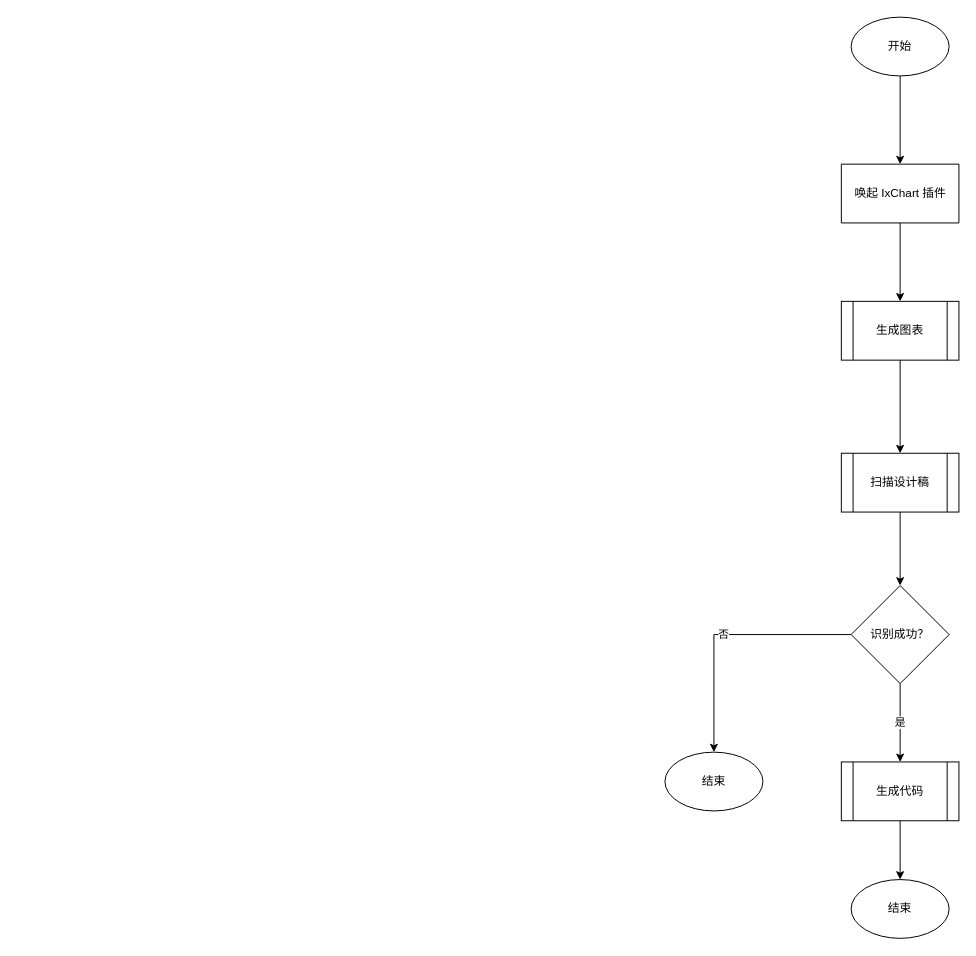
Before: page "主流程" (6 of 12) of lowCode/lc.drawio in zhuoooo/doodles, a draw.io diagram. Source tidied: cells renumbered, new cells numbered last; positions are measured from the earlier drawing's top-left corner, leaving out a move shared by most shapes. Both pictures are drawn from the tidied source at 98%, with x=0, y=0 at pixel (664, 17).
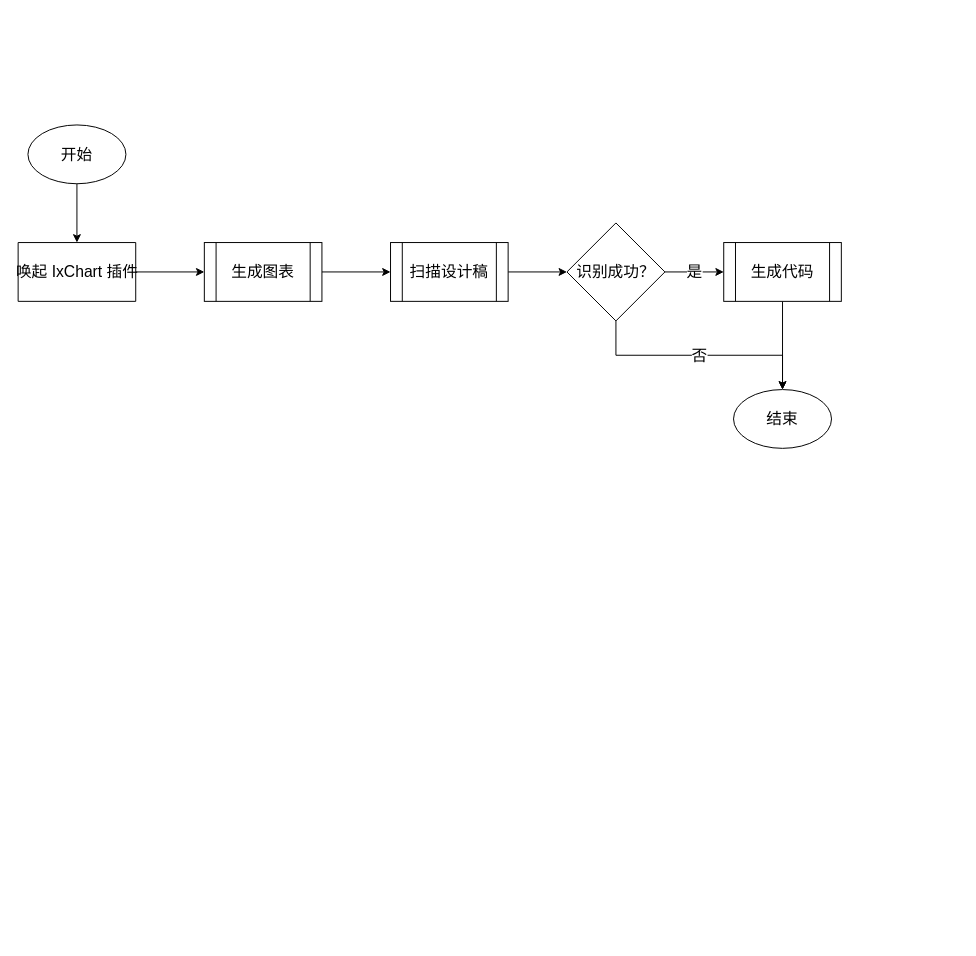
Above is the later version.

What changed in the source:
```diff
@@
-    <mxCell id="2" style="edgeStyle=orthogonalEdgeStyle;rounded=0;jettySize=auto;html=1;" parent="1" edge="1" source="3" target="4">
-      <mxGeometry relative="1" as="geometry">
-        <Array as="points">
-          <mxPoint x="240" y="90" />
-          <mxPoint x="240" y="90" />
-        </Array>
-      </mxGeometry>
+    <mxCell id="2" style="edgeStyle=orthogonalEdgeStyle;rounded=0;jettySize=auto;html=1;fontFamily=微软雅黑;fontSize=16;" parent="1" edge="1" source="3" target="4">
+      <mxGeometry relative="1" as="geometry" />
     </mxCell>
-    <mxCell id="3" value="开始" style="strokeWidth=1;html=1;shape=mxgraph.flowchart.start_1;whiteSpace=wrap;" parent="1" vertex="1">
-      <mxGeometry x="190" width="100" height="60" as="geometry" />
+    <mxCell id="3" value="开始" style="strokeWidth=1;html=1;shape=mxgraph.flowchart.start_1;whiteSpace=wrap;fontFamily=微软雅黑;fontSize=16;" parent="1" vertex="1">
+      <mxGeometry x="-650" y="110" width="100" height="60" as="geometry" />
     </mxCell>
-    <mxCell id="4" value="唤起 IxChart 插件" style="verticalLabelPosition=middle;verticalAlign=middle;html=1;shape=mxgraph.basic.rect;fillColor2=none;strokeWidth=1;size=20;indent=5;labelPosition=center;align=center;" parent="1" vertex="1">
-      <mxGeometry x="180" y="150" width="120" height="60" as="geometry" />
+    <mxCell id="4" value="唤起 IxChart 插件" style="verticalLabelPosition=middle;verticalAlign=middle;html=1;shape=mxgraph.basic.rect;fillColor2=none;strokeWidth=1;size=20;indent=5;labelPosition=center;align=center;fontFamily=微软雅黑;fontSize=16;" parent="1" vertex="1">
+      <mxGeometry x="-660" y="230" width="120" height="60" as="geometry" />
     </mxCell>
-    <mxCell id="5" style="edgeStyle=orthogonalEdgeStyle;rounded=0;jettySize=auto;html=1;" parent="1" edge="1" source="4" target="12">
-      <mxGeometry relative="1" as="geometry">
-        <Array as="points">
-          <mxPoint x="240" y="345" />
-          <mxPoint x="241" y="345" />
-          <mxPoint x="241" y="320" />
-        </Array>
-      </mxGeometry>
+    <mxCell id="5" style="edgeStyle=orthogonalEdgeStyle;rounded=0;jettySize=auto;html=1;fontFamily=微软雅黑;fontSize=16;" parent="1" edge="1" source="4" target="12">
+      <mxGeometry relative="1" as="geometry" />
     </mxCell>
-    <mxCell id="6" style="edgeStyle=orthogonalEdgeStyle;rounded=0;jettySize=auto;html=1;" parent="1" edge="1" source="12" target="11">
+    <mxCell id="6" style="edgeStyle=orthogonalEdgeStyle;rounded=0;jettySize=auto;html=1;fontFamily=微软雅黑;fontSize=16;" parent="1" edge="1" source="12" target="11">
       <mxGeometry relative="1" as="geometry" />
     </mxCell>
-    <mxCell id="7" style="edgeStyle=orthogonalEdgeStyle;rounded=0;jettySize=auto;html=1;" parent="1" edge="1" source="11" target="10">
+    <mxCell id="7" style="edgeStyle=orthogonalEdgeStyle;rounded=0;jettySize=auto;html=1;fontFamily=微软雅黑;fontSize=16;" parent="1" edge="1" source="11" target="10">
       <mxGeometry relative="1" as="geometry" />
     </mxCell>
-    <mxCell id="8" value="是" style="edgeStyle=orthogonalEdgeStyle;rounded=0;jettySize=auto;html=1;" parent="1" edge="1" source="10" target="14">
+    <mxCell id="8" value="是" style="edgeStyle=orthogonalEdgeStyle;rounded=0;jettySize=auto;html=1;fontFamily=微软雅黑;fontSize=16;" parent="1" edge="1" source="10" target="14">
       <mxGeometry relative="1" as="geometry" />
     </mxCell>
-    <mxCell id="9" value="否" style="edgeStyle=orthogonalEdgeStyle;rounded=0;jettySize=auto;html=1;" parent="1" edge="1" source="10" target="16">
+    <mxCell id="9" value="否" style="edgeStyle=orthogonalEdgeStyle;rounded=0;jettySize=auto;html=1;fontFamily=微软雅黑;fontSize=16;exitX=0.5;exitY=1;exitDx=0;exitDy=0;exitPerimeter=0;" parent="1" edge="1" source="10" target="16">
       <mxGeometry relative="1" as="geometry" />
     </mxCell>
-    <mxCell id="10" value="识别成功？" style="strokeWidth=1;html=1;shape=mxgraph.flowchart.decision;whiteSpace=wrap;" parent="1" vertex="1">
-      <mxGeometry x="190" y="580" width="100" height="100" as="geometry" />
+    <mxCell id="10" value="识别成功？" style="strokeWidth=1;html=1;shape=mxgraph.flowchart.decision;whiteSpace=wrap;fontFamily=微软雅黑;fontSize=16;" parent="1" vertex="1">
+      <mxGeometry x="-100" y="210" width="100" height="100" as="geometry" />
     </mxCell>
-    <mxCell id="11" value="扫描设计稿" style="shape=process;whiteSpace=wrap;html=1;backgroundOutline=1;strokeWidth=1;" parent="1" vertex="1">
-      <mxGeometry x="180" y="445" width="120" height="60" as="geometry" />
+    <mxCell id="11" value="扫描设计稿" style="shape=process;whiteSpace=wrap;html=1;backgroundOutline=1;strokeWidth=1;fontFamily=微软雅黑;fontSize=16;" parent="1" vertex="1">
+      <mxGeometry x="-280" y="230" width="120" height="60" as="geometry" />
     </mxCell>
-    <mxCell id="12" value="生成图表" style="shape=process;whiteSpace=wrap;html=1;backgroundOutline=1;" parent="1" vertex="1">
-      <mxGeometry x="180" y="290" width="120" height="60" as="geometry" />
+    <mxCell id="12" value="生成图表" style="shape=process;whiteSpace=wrap;html=1;backgroundOutline=1;fontFamily=微软雅黑;fontSize=16;" parent="1" vertex="1">
+      <mxGeometry x="-470" y="230" width="120" height="60" as="geometry" />
     </mxCell>
-    <mxCell id="13" style="edgeStyle=orthogonalEdgeStyle;rounded=0;jettySize=auto;html=1;" parent="1" edge="1" source="14" target="15">
+    <mxCell id="13" style="edgeStyle=orthogonalEdgeStyle;rounded=0;jettySize=auto;html=1;fontFamily=微软雅黑;fontSize=16;" parent="1" edge="1" source="14" target="16">
       <mxGeometry relative="1" as="geometry" />
     </mxCell>
-    <mxCell id="14" value="生成代码" style="shape=process;whiteSpace=wrap;html=1;backgroundOutline=1;strokeWidth=1;" parent="1" vertex="1">
-      <mxGeometry x="180" y="760" width="120" height="60" as="geometry" />
+    <mxCell id="14" value="生成代码" style="shape=process;whiteSpace=wrap;html=1;backgroundOutline=1;strokeWidth=1;fontFamily=微软雅黑;fontSize=16;" parent="1" vertex="1">
+      <mxGeometry x="60" y="230" width="120" height="60" as="geometry" />
     </mxCell>
-    <mxCell id="15" value="结束" style="ellipse;whiteSpace=wrap;html=1;" parent="1" vertex="1">
-      <mxGeometry x="190" y="880" width="100" height="60" as="geometry" />
-    </mxCell>
-    <mxCell id="16" value="结束" style="ellipse;whiteSpace=wrap;html=1;" parent="1" vertex="1">
-      <mxGeometry y="750" width="100" height="60" as="geometry" />
+    <mxCell id="16" value="结束" style="ellipse;whiteSpace=wrap;html=1;fontFamily=微软雅黑;fontSize=16;" parent="1" vertex="1">
+      <mxGeometry x="70" y="380" width="100" height="60" as="geometry" />
     </mxCell>
```
